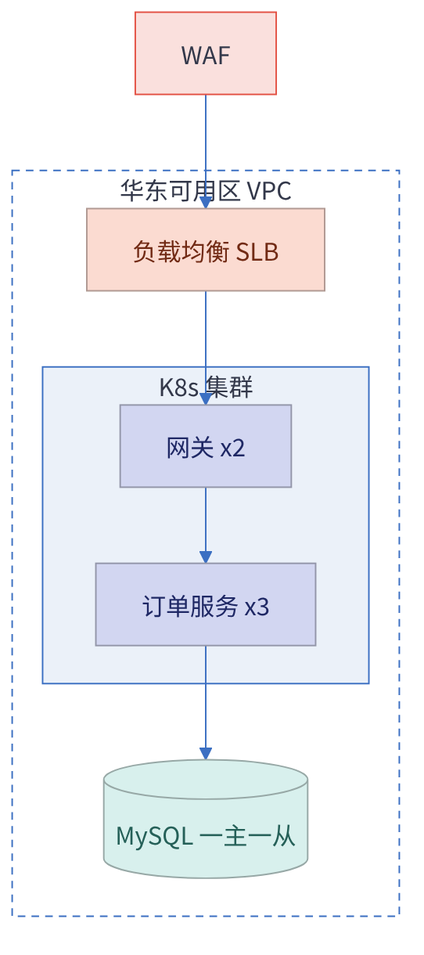
Above: docs/assets/deploy_arch.png in huang-hee/diagram-kit (Mermaid), before the change. Its source is kept beside it as docs/assets/deploy_arch.mmd.
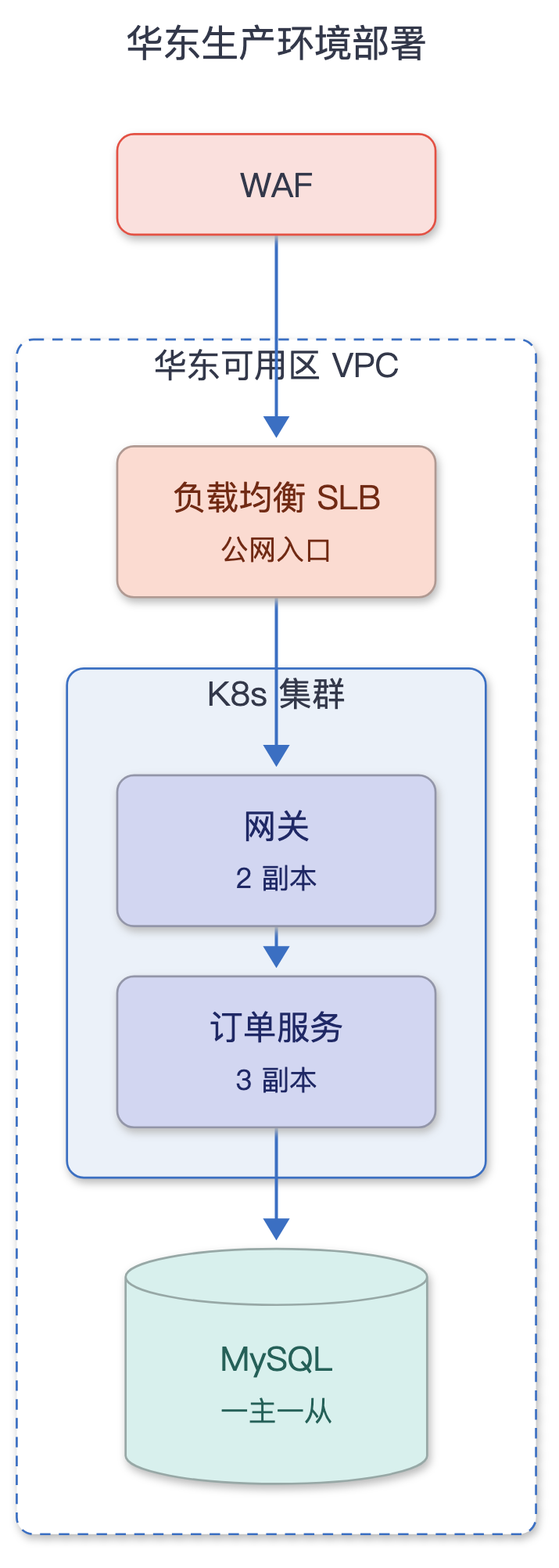
Above is the later version.

Change to the diagram source:
```diff
@@ -1,7 +1,14 @@
 ---
+title: "华东生产环境部署"
 config:
   theme: base
   fontFamily: "PingFang SC, Microsoft YaHei, Noto Sans CJK SC, Source Han Sans SC, sans-serif"
+  flowchart:
+    curve: "step"
+    nodeSpacing: 50
+    rankSpacing: 60
+    padding: 12
+    wrappingWidth: 300
   themeVariables:
     background: "#FFFFFF"
     primaryColor: "#FFFFFF"
@@ -22,20 +29,21 @@
 ---
 flowchart TB
   subgraph AZ[华东可用区 VPC]
-    LB[负载均衡 SLB]:::gateway
+    LB["负载均衡 SLB<br><small>公网入口</small>"]:::gateway
     subgraph K8S[K8s 集群]
-      GW[网关 x2]:::node
-      OD[订单服务 x3]:::node
+      GW["网关<br><small>2 副本</small>"]:::node
+      OD["订单服务<br><small>3 副本</small>"]:::node
     end
-    DB[(MySQL 一主一从)]:::db
+    DB[("MySQL<br><small>一主一从</small>")]:::db
   end
   FW[WAF]:::security --> LB
   LB --> GW --> OD --> DB
   class AZ zone
   class K8S subnet
-classDef zone fill:#FFFFFF,stroke:#3B6FC2,color:#33384A,stroke-dasharray:5 4
-classDef subnet fill:#EBF1F9,stroke:#3B6FC2,color:#33384A
-classDef node fill:#D2D6F1,stroke:#9396A9,color:#1F2865
-classDef gateway fill:#FBDBD1,stroke:#B09992,color:#712A14
-classDef db fill:#D8F0ED,stroke:#97A8A6,color:#256058
-classDef security fill:#FAE0DD,stroke:#E35144,color:#33384A
+classDef zone fill:#FFFFFF,stroke:#3B6FC2,color:#33384A,stroke-dasharray:5 4,rx:8,ry:8
+classDef subnet fill:#EBF1F9,stroke:#3B6FC2,color:#33384A,rx:8,ry:8
+classDef node fill:#D2D6F1,stroke:#9396A9,color:#1F2865,rx:8,ry:8
+classDef gateway fill:#FBDBD1,stroke:#B09992,color:#712A14,rx:8,ry:8
+classDef db fill:#D8F0ED,stroke:#97A8A6,color:#256058,rx:8,ry:8
+classDef security fill:#FAE0DD,stroke:#E35144,color:#33384A,rx:8,ry:8
+linkStyle default stroke-width:1.5px
```
